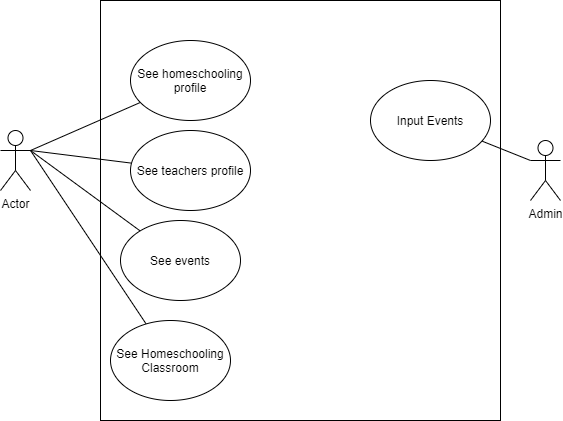
Earlier version of the draw.io export landingpage/public/images/use case_diagram.png (luthfifachru/MPPL-K7R2). Source tidied: cells renumbered, new cells last; positions are measured from the earlier drawing's top-left corner, leaving out a move shared by most shapes. Its diagram source:
```xml
<mxGraphModel>
  <root>
    <mxCell id="0" />
    <mxCell id="1" parent="0" />
    <mxCell id="2" style="rounded=0;whiteSpace=wrap;html=1;hachureGap=4;" parent="1" vertex="1">
      <mxGeometry x="100" width="400" height="420" as="geometry" />
    </mxCell>
    <mxCell id="3" style="edgeStyle=none;rounded=0;jettySize=auto;html=1;exitX=1;exitY=0.3333333333333333;exitDx=0;exitDy=0;exitPerimeter=0;endArrow=none;endFill=0;" parent="1" edge="1" source="7" target="10">
      <mxGeometry relative="1" as="geometry" />
    </mxCell>
    <mxCell id="4" style="edgeStyle=none;rounded=0;jettySize=auto;html=1;exitX=1;exitY=0.3333333333333333;exitDx=0;exitDy=0;exitPerimeter=0;endArrow=none;endFill=0;" parent="1" edge="1" source="7" target="11">
      <mxGeometry relative="1" as="geometry" />
    </mxCell>
    <mxCell id="5" style="edgeStyle=none;rounded=0;jettySize=auto;html=1;exitX=1;exitY=0.3333333333333333;exitDx=0;exitDy=0;exitPerimeter=0;endArrow=none;endFill=0;" parent="1" edge="1" source="7" target="12">
      <mxGeometry relative="1" as="geometry" />
    </mxCell>
    <mxCell id="6" style="edgeStyle=none;rounded=0;jettySize=auto;html=1;exitX=1;exitY=0.3333333333333333;exitDx=0;exitDy=0;exitPerimeter=0;endArrow=none;endFill=0;" parent="1" edge="1" source="7" target="13">
      <mxGeometry relative="1" as="geometry" />
    </mxCell>
    <mxCell id="7" value="Actor" style="shape=umlActor;verticalLabelPosition=bottom;verticalAlign=top;html=1;outlineConnect=0;hachureGap=4;" parent="1" vertex="1">
      <mxGeometry y="130" width="30" height="60" as="geometry" />
    </mxCell>
    <mxCell id="8" style="rounded=0;jettySize=auto;html=1;exitX=0;exitY=0.3333333333333333;exitDx=0;exitDy=0;exitPerimeter=0;endArrow=none;endFill=0;" parent="1" edge="1" source="9" target="14">
      <mxGeometry relative="1" as="geometry" />
    </mxCell>
    <mxCell id="9" value="Admin" style="shape=umlActor;verticalLabelPosition=bottom;verticalAlign=top;html=1;outlineConnect=0;hachureGap=4;" parent="1" vertex="1">
      <mxGeometry x="530" y="140" width="30" height="60" as="geometry" />
    </mxCell>
    <mxCell id="10" value="See homeschooling profile" style="ellipse;whiteSpace=wrap;html=1;" parent="1" vertex="1">
      <mxGeometry x="130" y="40" width="120" height="80" as="geometry" />
    </mxCell>
    <mxCell id="11" value="See teachers profile" style="ellipse;whiteSpace=wrap;html=1;" parent="1" vertex="1">
      <mxGeometry x="130" y="130" width="120" height="80" as="geometry" />
    </mxCell>
    <mxCell id="12" value="See events" style="ellipse;whiteSpace=wrap;html=1;" parent="1" vertex="1">
      <mxGeometry x="120" y="220" width="120" height="80" as="geometry" />
    </mxCell>
    <mxCell id="13" value="See Homeschooling Classroom" style="ellipse;whiteSpace=wrap;html=1;" parent="1" vertex="1">
      <mxGeometry x="110" y="320" width="120" height="80" as="geometry" />
    </mxCell>
    <mxCell id="14" value="Input Events" style="ellipse;whiteSpace=wrap;html=1;" parent="1" vertex="1">
      <mxGeometry x="370" y="80" width="120" height="80" as="geometry" />
    </mxCell>
  </root>
</mxGraphModel>
```
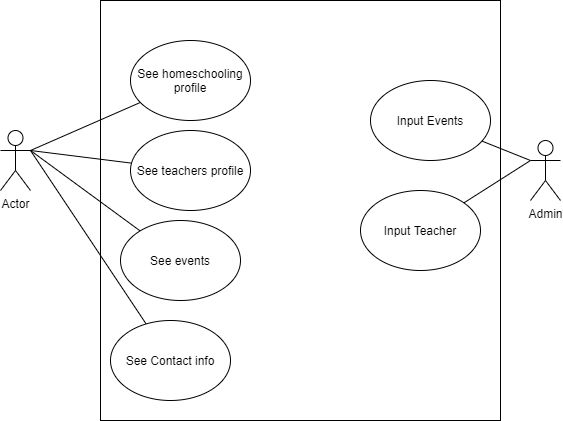
After the commit.

Commit message:
update readme; milestone, feature, class diagram

Diff of the diagram source:
```diff
@@ -35,11 +35,17 @@
     <mxCell id="12" value="See events" style="ellipse;whiteSpace=wrap;html=1;" parent="1" vertex="1">
       <mxGeometry x="120" y="220" width="120" height="80" as="geometry" />
     </mxCell>
-    <mxCell id="13" value="See Homeschooling Classroom" style="ellipse;whiteSpace=wrap;html=1;" parent="1" vertex="1">
+    <mxCell id="13" value="See Contact info" style="ellipse;whiteSpace=wrap;html=1;" parent="1" vertex="1">
       <mxGeometry x="110" y="320" width="120" height="80" as="geometry" />
     </mxCell>
     <mxCell id="14" value="Input Events" style="ellipse;whiteSpace=wrap;html=1;" parent="1" vertex="1">
       <mxGeometry x="370" y="80" width="120" height="80" as="geometry" />
     </mxCell>
+    <mxCell id="15" value="Input Teacher" style="ellipse;whiteSpace=wrap;html=1;" parent="1" vertex="1">
+      <mxGeometry x="360" y="190" width="120" height="80" as="geometry" />
+    </mxCell>
+    <mxCell id="16" style="rounded=0;jettySize=auto;html=1;exitX=0;exitY=0.3333333333333333;exitDx=0;exitDy=0;exitPerimeter=0;endArrow=none;endFill=0;" parent="1" edge="1" source="9" target="15">
+      <mxGeometry relative="1" as="geometry" />
+    </mxCell>
   </root>
 </mxGraphModel>
```
